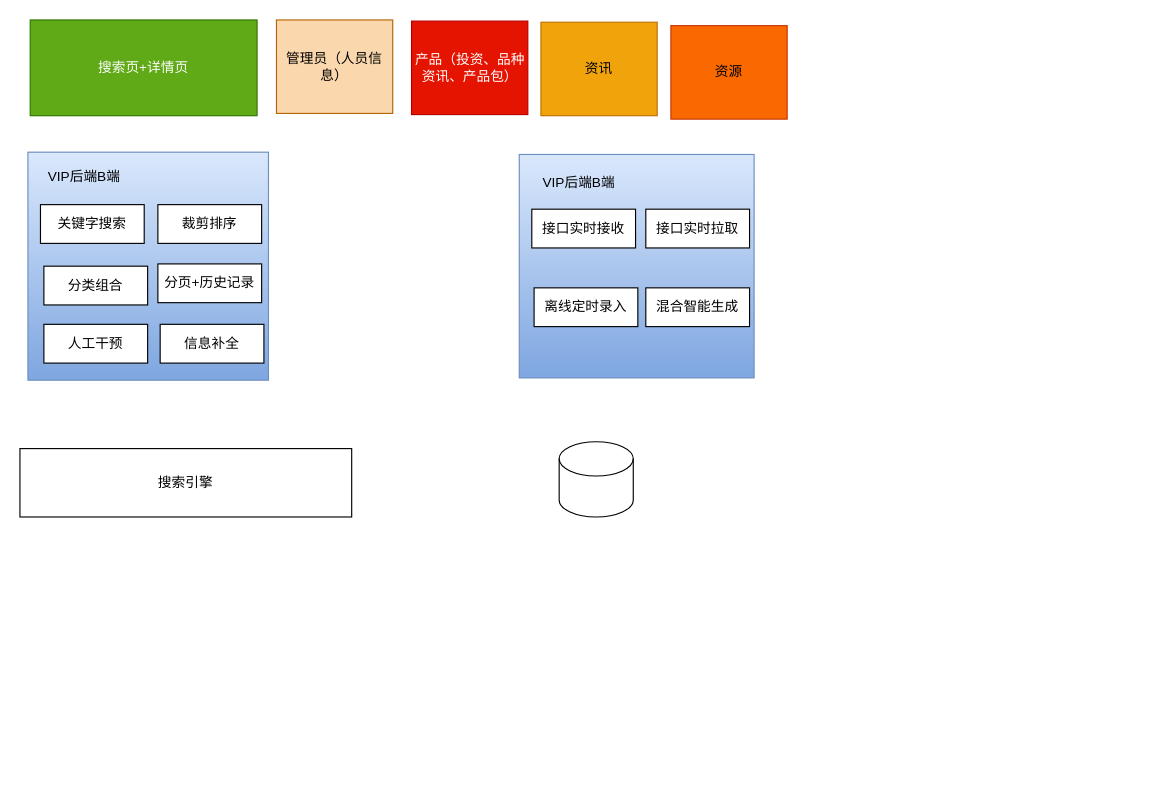
zengnm/diagrams keeps this draw.io diagram as 综合搜索.drawio. Above is the earlier version. Source tidied: cells renumbered, new cells numbered last; positions are measured from the earlier drawing's top-left corner, leaving out a move shared by most shapes. Both pictures are drawn from the tidied source at 114%, with x=0, y=0 at pixel (19, 19).
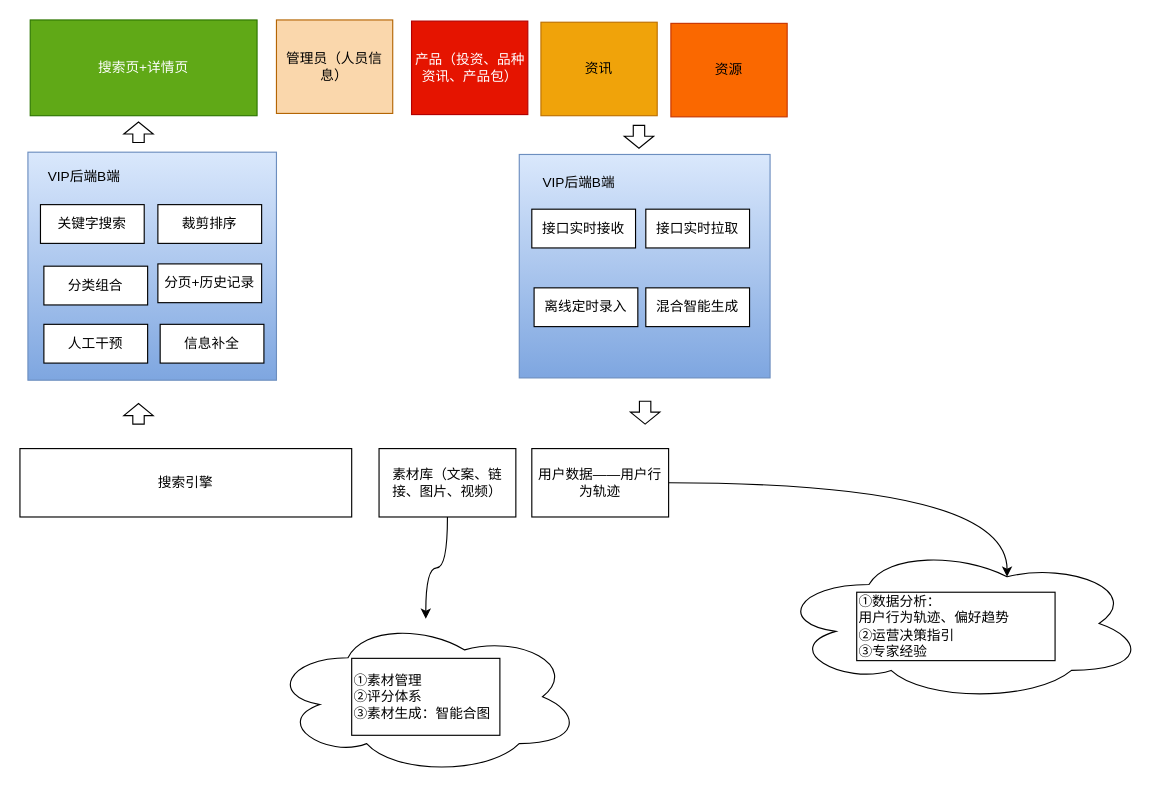
Above is the later version.

Commit message:
更新综合搜索.drawio

The edit, as a diff of the source:
```diff
@@
     <mxCell id="3" style="rounded=0;whiteSpace=wrap;html=1;fillColor=#dae8fc;gradientColor=#7ea6e0;strokeColor=#6c8ebf;" parent="1" vertex="1">
-      <mxGeometry x="7" y="116" width="211" height="200" as="geometry" />
+      <mxGeometry x="7" y="116" width="218" height="200" as="geometry" />
     </mxCell>
@@
     <mxCell id="5" style="rounded=0;whiteSpace=wrap;html=1;fillColor=#dae8fc;gradientColor=#7ea6e0;strokeColor=#6c8ebf;" parent="1" vertex="1">
-      <mxGeometry x="438" y="118" width="206" height="196" as="geometry" />
+      <mxGeometry x="438" y="118" width="220" height="196" as="geometry" />
     </mxCell>
-    <mxCell id="6" style="shape=cylinder3;whiteSpace=wrap;html=1;boundedLbl=1;backgroundOutline=1;size=15;" parent="1" vertex="1">
-      <mxGeometry x="473" y="370" width="65" height="66" as="geometry" />
-    </mxCell>
@@
     <mxCell id="22" value="资源" style="rounded=0;whiteSpace=wrap;html=1;fillColor=#fa6800;fontColor=#000000;strokeColor=#C73500;" parent="1" vertex="1">
-      <mxGeometry x="571" y="5" width="102" height="82" as="geometry" />
+      <mxGeometry x="571" y="3" width="102" height="82" as="geometry" />
     </mxCell>
+    <mxCell id="23" style="edgeStyle=orthogonalEdgeStyle;curved=1;rounded=0;jettySize=auto;html=1;" parent="1" edge="1" source="24" target="29">
+      <mxGeometry relative="1" as="geometry" />
+    </mxCell>
+    <mxCell id="24" value="素材库（文案、链接、图片、视频）" style="rounded=0;whiteSpace=wrap;html=1;" parent="1" vertex="1">
+      <mxGeometry x="315" y="376" width="120" height="60" as="geometry" />
+    </mxCell>
+    <mxCell id="25" style="edgeStyle=orthogonalEdgeStyle;rounded=0;jettySize=auto;html=1;curved=1;entryX=0.625;entryY=0.2;entryDx=0;entryDy=0;entryPerimeter=0;" parent="1" edge="1" source="26" target="27">
+      <mxGeometry relative="1" as="geometry" />
+    </mxCell>
+    <mxCell id="26" value="用户数据——用户行为轨迹" style="rounded=0;whiteSpace=wrap;html=1;" parent="1" vertex="1">
+      <mxGeometry x="449" y="376" width="120" height="60" as="geometry" />
+    </mxCell>
+    <mxCell id="27" style="ellipse;shape=cloud;whiteSpace=wrap;html=1;align=left;" parent="1" vertex="1">
+      <mxGeometry x="664" y="461" width="323" height="137" as="geometry" />
+    </mxCell>
+    <mxCell id="28" value="&lt;span style=&quot;&quot;&gt;①数据分析：&lt;/span&gt;&lt;br style=&quot;border-color: var(--border-color);&quot;&gt;&lt;span style=&quot;&quot;&gt;用户行为轨迹、偏好趋势&lt;/span&gt;&lt;br style=&quot;border-color: var(--border-color);&quot;&gt;&lt;span style=&quot;&quot;&gt;②运营决策指引&lt;br&gt;③专家经验&lt;br&gt;&lt;/span&gt;" style="rounded=0;whiteSpace=wrap;html=1;align=left;" parent="1" vertex="1">
+      <mxGeometry x="734" y="502" width="174" height="60" as="geometry" />
+    </mxCell>
+    <mxCell id="29" style="ellipse;shape=cloud;whiteSpace=wrap;html=1;" parent="1" vertex="1">
+      <mxGeometry x="219.5" y="525.2" width="273" height="137" as="geometry" />
+    </mxCell>
+    <mxCell id="30" value="①素材管理&lt;br&gt;②评分体系&lt;br&gt;③素材生成：智能合图" style="rounded=0;whiteSpace=wrap;html=1;align=left;" parent="1" vertex="1">
+      <mxGeometry x="291" y="560" width="130" height="67.5" as="geometry" />
+    </mxCell>
+    <mxCell id="31" style="shape=flexArrow;endArrow=classic;html=1;rounded=0;curved=1;endWidth=14.8;endSize=3.176;" parent="1" edge="1">
+      <mxGeometry relative="1" as="geometry">
+        <mxPoint x="543" y="92" as="sourcePoint" />
+        <mxPoint x="543" y="113" as="targetPoint" />
+      </mxGeometry>
+    </mxCell>
+    <mxCell id="32" style="shape=flexArrow;endArrow=classic;html=1;rounded=0;curved=1;endWidth=14.8;endSize=3.176;" parent="1" edge="1">
+      <mxGeometry relative="1" as="geometry">
+        <mxPoint x="548.4" y="334" as="sourcePoint" />
+        <mxPoint x="548.4" y="355" as="targetPoint" />
+      </mxGeometry>
+    </mxCell>
+    <mxCell id="33" style="shape=flexArrow;endArrow=classic;html=1;rounded=0;curved=1;endWidth=14.8;endSize=3.176;" parent="1" edge="1">
+      <mxGeometry relative="1" as="geometry">
+        <mxPoint x="104" y="355" as="sourcePoint" />
+        <mxPoint x="104" y="336" as="targetPoint" />
+      </mxGeometry>
+    </mxCell>
+    <mxCell id="34" style="shape=flexArrow;endArrow=classic;html=1;rounded=0;curved=1;endWidth=14.8;endSize=3.176;" parent="1" edge="1">
+      <mxGeometry relative="1" as="geometry">
+        <mxPoint x="104" y="108" as="sourcePoint" />
+        <mxPoint x="104" y="89" as="targetPoint" />
+      </mxGeometry>
+    </mxCell>
```
